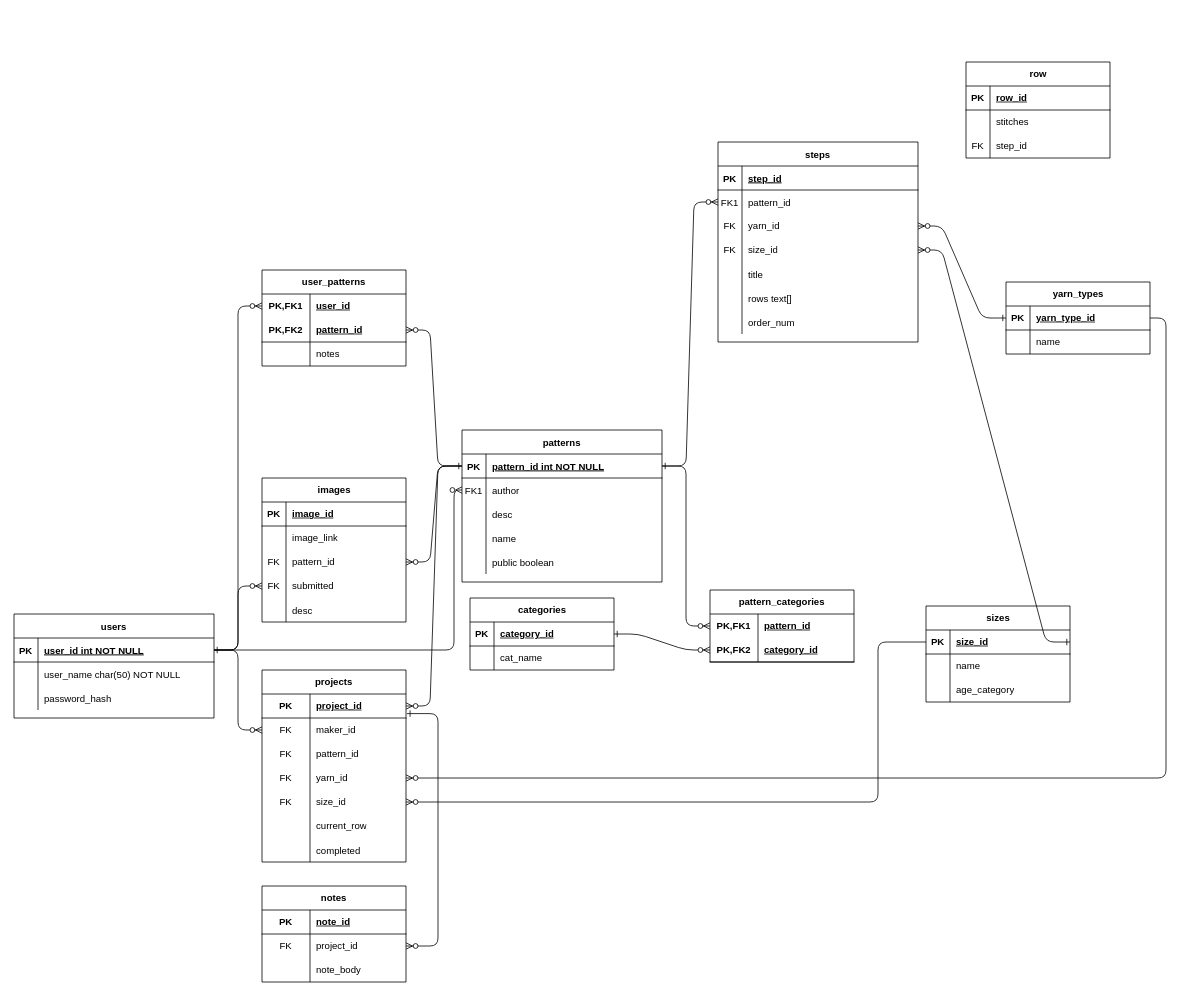
This is knittr_erd.drawio from maiasanders/knittr, a draw.io file, before an edit. Source tidied: cells renumbered, new cells numbered last; positions are measured from the earlier drawing's top-left corner, leaving out a move shared by most shapes. Both pictures are drawn from the tidied source at 80%, with x=0, y=0 at pixel (-90, 62).
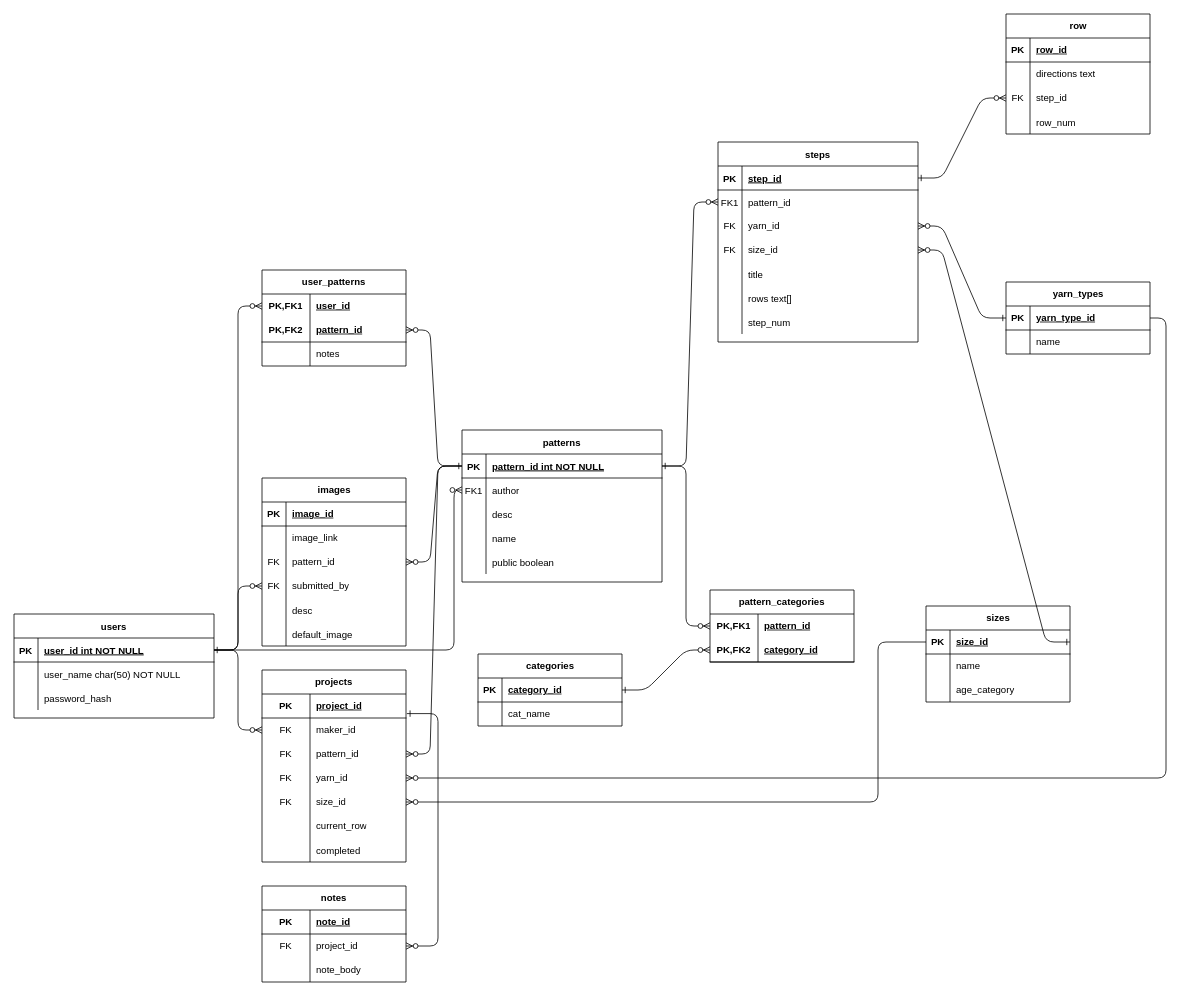
The same page after the edit.

Unchanged cells that the change refers to:
```xml
<mxCell id="5" style="shape=partialRectangle;fillColor=none;points=[[0,0.5],[1,0.5]];portConstraint=eastwest;top=0;left=0;right=0;bottom=1;" parent="4" vertex="1">
  <mxGeometry y="30" width="250" height="30" as="geometry" />
</mxCell>
<mxCell id="21" style="shape=partialRectangle;fillColor=none;points=[[0,0.5],[1,0.5]];portConstraint=eastwest;top=0;left=0;right=0;bottom=1;" parent="20" vertex="1">
  <mxGeometry y="30" width="250" height="30" as="geometry" />
</mxCell>
<mxCell id="39" style="shape=tableRow;horizontal=0;startSize=0;swimlaneHead=0;swimlaneBody=0;fillColor=none;top=0;left=0;right=0;bottom=0;" parent="20" vertex="1">
  <mxGeometry y="210" width="250" height="30" as="geometry" />
</mxCell>
<mxCell id="53" style="shape=tableRow;horizontal=0;startSize=0;swimlaneHead=0;swimlaneBody=0;fillColor=none;points=[[0,0.5],[1,0.5]];portConstraint=eastwest;top=0;left=0;right=0;bottom=1;html=1;" parent="52" vertex="1">
  <mxGeometry y="30" width="180" height="30" as="geometry" />
</mxCell>
<mxCell id="59" style="shape=tableRow;horizontal=0;startSize=0;swimlaneHead=0;swimlaneBody=0;fillColor=none;points=[[0,0.5],[1,0.5]];portConstraint=eastwest;top=0;left=0;right=0;bottom=0;" parent="52" vertex="1">
  <mxGeometry y="90" width="180" height="30" as="geometry" />
</mxCell>
<mxCell id="97" style="shape=tableRow;horizontal=0;startSize=0;swimlaneHead=0;swimlaneBody=0;fillColor=none;points=[[0,0.5],[1,0.5]];portConstraint=eastwest;top=0;left=0;right=0;bottom=0;" parent="87" vertex="1">
  <mxGeometry y="120" width="180" height="30" as="geometry" />
</mxCell>
<mxCell id="158" style="shape=tableRow;horizontal=0;startSize=0;swimlaneHead=0;swimlaneBody=0;fillColor=none;top=0;left=0;right=0;bottom=0;" parent="154" vertex="1">
  <mxGeometry y="60" width="180" height="30" as="geometry" />
</mxCell>
<mxCell id="161" style="shape=tableRow;horizontal=0;startSize=0;swimlaneHead=0;swimlaneBody=0;fillColor=none;points=[[0,0.5],[1,0.5]];portConstraint=eastwest;top=0;left=0;right=0;bottom=0;" parent="154" vertex="1">
  <mxGeometry y="90" width="180" height="30" as="geometry" />
</mxCell>
```

What changed in the source:
```diff
@@
-    <mxCell id="41" value="order_num" style="shape=partialRectangle;fillColor=none;top=0;left=0;bottom=0;right=0;align=left;spacingLeft=6;overflow=hidden;" parent="39" vertex="1">
+    <mxCell id="41" value="step_num" style="shape=partialRectangle;fillColor=none;top=0;left=0;bottom=0;right=0;align=left;spacingLeft=6;overflow=hidden;" parent="39" vertex="1">
       <mxGeometry x="30" width="220" height="30" as="geometry" />
     </mxCell>
@@
-    <mxCell id="75" style="edgeStyle=entityRelationEdgeStyle;fontSize=12;html=1;endArrow=ERzeroToMany;endFill=1;rounded=1;exitX=0;exitY=0.5;exitDx=0;exitDy=0;entryX=1;entryY=0.5;entryDx=0;entryDy=0;curved=0;" parent="1" edge="1" source="5" target="53">
+    <mxCell id="75" style="edgeStyle=entityRelationEdgeStyle;fontSize=12;html=1;endArrow=ERzeroToMany;endFill=1;rounded=1;exitX=0;exitY=0.5;exitDx=0;exitDy=0;entryX=1;entryY=0.5;entryDx=0;entryDy=0;curved=0;" parent="1" edge="1" source="5" target="59">
       <mxGeometry relative="1" as="geometry" />
     </mxCell>
@@
     <mxCell id="87" value="images" style="shape=table;startSize=30;childLayout=tableLayout;rowLines=0;fontStyle=1;align=center;html=1;" parent="1" vertex="1">
-      <mxGeometry x="440" y="520" width="180" height="180" as="geometry" />
+      <mxGeometry x="440" y="520" width="180" height="210" as="geometry" />
     </mxCell>
@@
-    <mxCell id="99" value="submitted" style="shape=partialRectangle;fillColor=none;top=0;left=0;bottom=0;right=0;align=left;spacingLeft=6;overflow=hidden;whiteSpace=wrap;html=1;" parent="97" vertex="1">
+    <mxCell id="99" value="submitted_by" style="shape=partialRectangle;fillColor=none;top=0;left=0;bottom=0;right=0;align=left;spacingLeft=6;overflow=hidden;whiteSpace=wrap;html=1;" parent="97" vertex="1">
       <mxGeometry x="30" width="150" height="30" as="geometry" />
     </mxCell>
@@
+    <mxCell id="164" style="shape=tableRow;horizontal=0;startSize=0;swimlaneHead=0;swimlaneBody=0;fillColor=none;top=0;left=0;right=0;bottom=0;" parent="87" vertex="1">
+      <mxGeometry y="180" width="180" height="30" as="geometry" />
+    </mxCell>
+    <mxCell id="165" style="shape=partialRectangle;fillColor=none;top=0;left=0;bottom=0;right=0;overflow=hidden;" parent="164" vertex="1">
+      <mxGeometry width="30" height="30" as="geometry" />
+    </mxCell>
+    <mxCell id="166" value="default_image" style="shape=partialRectangle;fillColor=none;top=0;left=0;bottom=0;right=0;align=left;spacingLeft=6;overflow=hidden;" parent="164" vertex="1">
+      <mxGeometry x="30" width="150" height="30" as="geometry" />
+    </mxCell>
@@
     <mxCell id="105" value="categories" style="shape=table;startSize=30;childLayout=tableLayout;rowLines=0;fontStyle=1;align=center;html=1;" parent="1" vertex="1">
-      <mxGeometry x="700" y="670" width="180" height="90" as="geometry" />
+      <mxGeometry x="710" y="740" width="180" height="90" as="geometry" />
     </mxCell>
@@
     <mxCell id="154" value="row" style="shape=table;startSize=30;childLayout=tableLayout;rowLines=0;fontStyle=1;align=center;html=1;" parent="1" vertex="1">
-      <mxGeometry x="1320" width="180" height="120" as="geometry" />
+      <mxGeometry x="1370" y="-60" width="180" height="150" as="geometry" />
     </mxCell>
@@
-    <mxCell id="160" value="stitches" style="shape=partialRectangle;fillColor=none;top=0;left=0;bottom=0;right=0;align=left;spacingLeft=6;overflow=hidden;whiteSpace=wrap;html=1;" parent="158" vertex="1">
+    <mxCell id="160" value="directions text" style="shape=partialRectangle;fillColor=none;top=0;left=0;bottom=0;right=0;align=left;spacingLeft=6;overflow=hidden;whiteSpace=wrap;html=1;" parent="158" vertex="1">
       <mxGeometry x="30" width="150" height="30" as="geometry" />
     </mxCell>
@@
+    <mxCell id="167" style="shape=tableRow;horizontal=0;startSize=0;swimlaneHead=0;swimlaneBody=0;fillColor=none;top=0;left=0;right=0;bottom=0;" parent="154" vertex="1">
+      <mxGeometry y="120" width="180" height="30" as="geometry" />
+    </mxCell>
+    <mxCell id="168" style="shape=partialRectangle;fillColor=none;top=0;left=0;bottom=0;right=0;overflow=hidden;" parent="167" vertex="1">
+      <mxGeometry width="30" height="30" as="geometry" />
+    </mxCell>
+    <mxCell id="169" value="row_num" style="shape=partialRectangle;fillColor=none;top=0;left=0;bottom=0;right=0;align=left;spacingLeft=6;overflow=hidden;" parent="167" vertex="1">
+      <mxGeometry x="30" width="150" height="30" as="geometry" />
+    </mxCell>
+    <mxCell id="170" style="edgeStyle=entityRelationEdgeStyle;fontSize=12;html=1;endArrow=ERzeroToMany;endFill=1;rounded=1;entryX=0;entryY=0.5;entryDx=0;entryDy=0;exitX=1;exitY=0.5;exitDx=0;exitDy=0;curved=0;startArrow=ERone;startFill=0;" parent="1" edge="1" source="21" target="161">
+      <mxGeometry relative="1" as="geometry" />
+    </mxCell>
```
